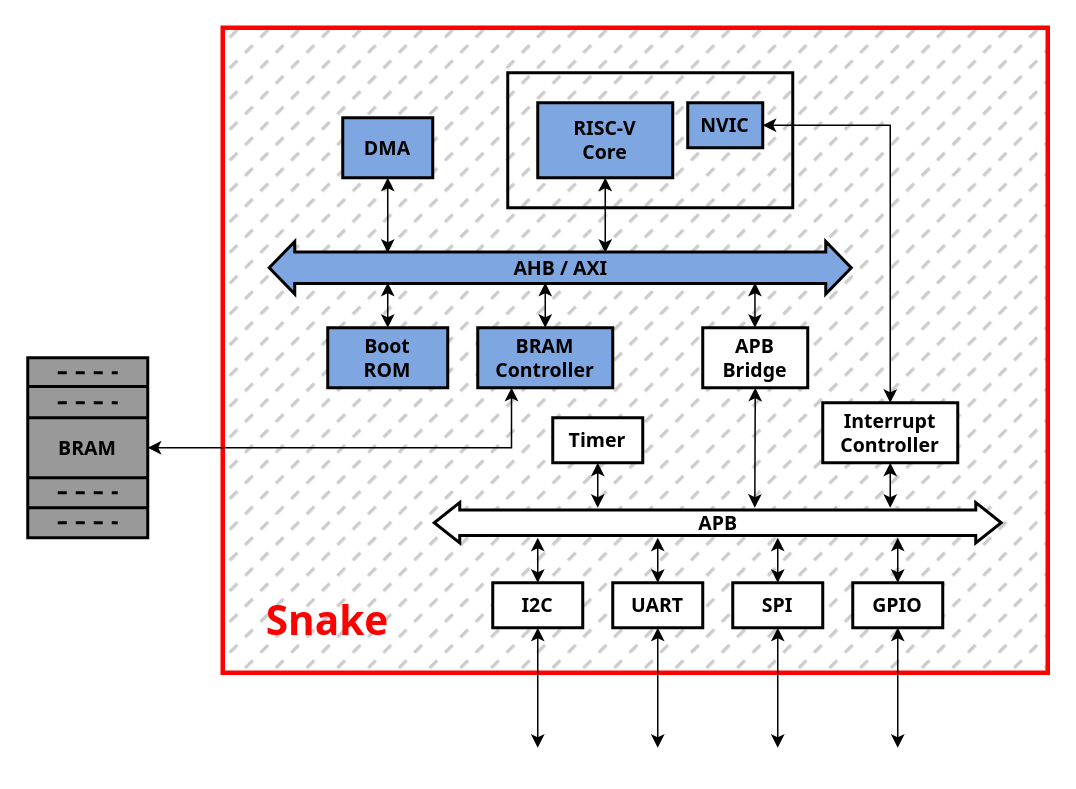
This is docs/block_diagram/top.drawio from longnguyenxl/spmcu, a draw.io file, before an edit. Source tidied: cells renumbered, new cells numbered last; positions are measured from the earlier drawing's top-left corner, leaving out a move shared by most shapes. Both pictures are drawn from the tidied source at 150%, with x=0, y=0 at pixel (27, 27).
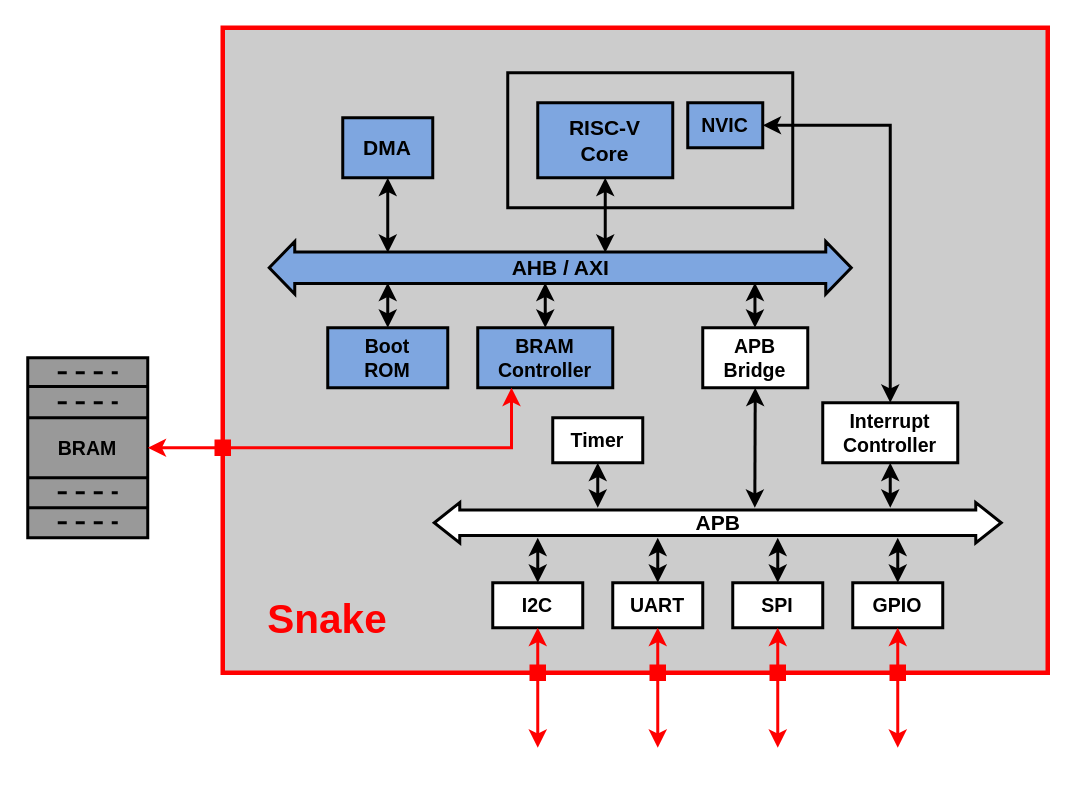
Above is the later version.

Change to the diagram source:
```diff
@@
-    <mxCell id="2" style="rounded=0;whiteSpace=wrap;html=1;fillColor=#CCCCCC;strokeWidth=3;strokeColor=#FF0000;fontFamily=Tahoma;fillStyle=dashed;shadow=0;" parent="1" vertex="1">
+    <mxCell id="2" style="rounded=0;whiteSpace=wrap;html=1;fillColor=#CCCCCC;strokeWidth=3;strokeColor=#FF0000;fontFamily=Helvetica;fillStyle=auto;shadow=0;" parent="1" vertex="1">
       <mxGeometry x="130" width="550" height="430" as="geometry" />
     </mxCell>
-    <mxCell id="3" value="BRAM" style="rounded=0;whiteSpace=wrap;html=1;strokeWidth=2;fontSize=13;fontStyle=1;fillColor=#999999;fontFamily=Tahoma;" parent="1" vertex="1">
+    <mxCell id="3" value="BRAM" style="rounded=0;whiteSpace=wrap;html=1;strokeWidth=2;fontSize=13;fontStyle=1;fillColor=#999999;fontFamily=Helvetica;" parent="1" vertex="1">
       <mxGeometry y="220" width="80" height="120" as="geometry" />
     </mxCell>
-    <mxCell id="4" style="rounded=0;whiteSpace=wrap;html=1;fillColor=none;strokeWidth=2;fontFamily=Tahoma;" parent="1" vertex="1">
+    <mxCell id="4" style="rounded=0;whiteSpace=wrap;html=1;fillColor=none;strokeWidth=2;fontFamily=Helvetica;" parent="1" vertex="1">
       <mxGeometry x="320" y="30" width="190" height="90" as="geometry" />
     </mxCell>
-    <mxCell id="5" value="AHB / AXI" style="shape=flexArrow;endArrow=classic;startArrow=classic;html=1;rounded=0;strokeWidth=2;width=20;startSize=5;fontStyle=1;fontSize=13;fillColor=#7EA6E0;fontColor=default;labelBackgroundColor=none;startWidth=12;endWidth=12;endSize=5;strokeColor=default;fontFamily=Tahoma;" parent="1" edge="1">
+    <mxCell id="5" value="AHB / AXI" style="shape=flexArrow;endArrow=classic;startArrow=classic;html=1;rounded=0;strokeWidth=2;width=20;startSize=5;fontStyle=1;fontSize=14;fillColor=#7EA6E0;fontColor=default;labelBackgroundColor=none;startWidth=12;endWidth=12;endSize=5;strokeColor=default;fontFamily=Helvetica;" parent="1" edge="1">
       <mxGeometry relative="1" as="geometry">
         <mxPoint x="160" y="160" as="sourcePoint" />
         <mxPoint x="550" y="160" as="targetPoint" />
       </mxGeometry>
     </mxCell>
-    <mxCell id="6" value="Boot&lt;div&gt;ROM&lt;/div&gt;" style="rounded=0;whiteSpace=wrap;html=1;strokeWidth=2;fontSize=13;fontStyle=1;fillColor=#7EA6E0;strokeColor=default;fontFamily=Tahoma;" parent="1" vertex="1">
+    <mxCell id="6" value="Boot&lt;div&gt;ROM&lt;/div&gt;" style="rounded=0;whiteSpace=wrap;html=1;strokeWidth=2;fontSize=13;fontStyle=1;fillColor=#7EA6E0;strokeColor=default;fontFamily=Helvetica;" parent="1" vertex="1">
       <mxGeometry x="200" y="200" width="80" height="40" as="geometry" />
     </mxCell>
-    <mxCell id="7" value="BRAM&lt;div&gt;Controller&lt;/div&gt;" style="rounded=0;whiteSpace=wrap;html=1;strokeWidth=2;fontSize=13;fontStyle=1;fillColor=#7EA6E0;strokeColor=default;fontFamily=Tahoma;" parent="1" vertex="1">
+    <mxCell id="7" value="BRAM&lt;div&gt;Controller&lt;/div&gt;" style="rounded=0;whiteSpace=wrap;html=1;strokeWidth=2;fontSize=13;fontStyle=1;fillColor=#7EA6E0;strokeColor=default;fontFamily=Helvetica;" parent="1" vertex="1">
       <mxGeometry x="300" y="200" width="90" height="40" as="geometry" />
     </mxCell>
-    <mxCell id="8" style="endArrow=classic;startArrow=classic;html=1;rounded=0;entryX=0.5;entryY=0;entryDx=0;entryDy=0;fontFamily=Tahoma;" parent="1" edge="1" target="6">
+    <mxCell id="8" style="endArrow=classic;startArrow=classic;html=1;rounded=0;entryX=0.5;entryY=0;entryDx=0;entryDy=0;fontFamily=Helvetica;strokeWidth=2;" parent="1" edge="1" target="6">
       <mxGeometry relative="1" as="geometry">
         <mxPoint x="240" y="170" as="sourcePoint" />
       </mxGeometry>
     </mxCell>
-    <mxCell id="9" style="endArrow=classic;startArrow=classic;html=1;rounded=0;entryX=0.5;entryY=0;entryDx=0;entryDy=0;fontFamily=Tahoma;" parent="1" edge="1" target="7">
+    <mxCell id="9" style="endArrow=classic;startArrow=classic;html=1;rounded=0;entryX=0.5;entryY=0;entryDx=0;entryDy=0;fontFamily=Helvetica;strokeWidth=2;" parent="1" edge="1" target="7">
       <mxGeometry relative="1" as="geometry">
         <mxPoint x="345" y="170" as="sourcePoint" />
       </mxGeometry>
     </mxCell>
-    <mxCell id="10" value="APB&lt;div&gt;Bridge&lt;/div&gt;" style="rounded=0;whiteSpace=wrap;html=1;strokeWidth=2;fontSize=13;fontStyle=1;fontFamily=Tahoma;" parent="1" vertex="1">
+    <mxCell id="10" value="APB&lt;div&gt;Bridge&lt;/div&gt;" style="rounded=0;whiteSpace=wrap;html=1;strokeWidth=2;fontSize=13;fontStyle=1;fontFamily=Helvetica;" parent="1" vertex="1">
       <mxGeometry x="450" y="200" width="70" height="40" as="geometry" />
     </mxCell>
-    <mxCell id="11" style="endArrow=classic;startArrow=classic;html=1;rounded=0;entryX=0.5;entryY=0;entryDx=0;entryDy=0;fontFamily=Tahoma;" parent="1" edge="1">
+    <mxCell id="11" style="endArrow=classic;startArrow=classic;html=1;rounded=0;entryX=0.5;entryY=0;entryDx=0;entryDy=0;fontFamily=Helvetica;strokeWidth=2;" parent="1" edge="1">
       <mxGeometry relative="1" as="geometry">
         <mxPoint x="484.8" y="170" as="sourcePoint" />
         <mxPoint x="484.8" y="200" as="targetPoint" />
       </mxGeometry>
     </mxCell>
-    <mxCell id="12" value="APB" style="shape=flexArrow;endArrow=classic;startArrow=classic;html=1;rounded=0;strokeWidth=2;width=16;startSize=5;fontStyle=1;fontSize=13;fontColor=default;labelBackgroundColor=none;endSize=5;endWidth=8;startWidth=8;fontFamily=Tahoma;fillColor=default;" parent="1" edge="1">
+    <mxCell id="12" value="APB" style="shape=flexArrow;endArrow=classic;startArrow=classic;html=1;rounded=0;strokeWidth=2;width=16;startSize=5;fontStyle=1;fontSize=14;fontColor=default;labelBackgroundColor=none;endSize=5;endWidth=8;startWidth=8;fontFamily=Helvetica;fillColor=default;" parent="1" edge="1">
       <mxGeometry relative="1" as="geometry">
         <mxPoint x="270" y="330" as="sourcePoint" />
         <mxPoint x="650" y="330" as="targetPoint" />
       </mxGeometry>
     </mxCell>
-    <mxCell id="13" value="GPIO" style="rounded=0;whiteSpace=wrap;html=1;strokeWidth=2;fontSize=13;fontStyle=1;fontFamily=Tahoma;" parent="1" vertex="1">
+    <mxCell id="13" value="GPIO" style="rounded=0;whiteSpace=wrap;html=1;strokeWidth=2;fontSize=13;fontStyle=1;fontFamily=Helvetica;" parent="1" vertex="1">
       <mxGeometry x="550" y="370" width="60" height="30" as="geometry" />
     </mxCell>
-    <mxCell id="14" value="RISC-V&lt;div&gt;Core&lt;/div&gt;" style="rounded=0;whiteSpace=wrap;html=1;strokeWidth=2;fontSize=13;fontStyle=1;fillColor=#7EA6E0;glass=0;strokeColor=default;fontFamily=Tahoma;" parent="1" vertex="1">
+    <mxCell id="14" value="RISC-V&lt;div&gt;Core&lt;/div&gt;" style="rounded=0;whiteSpace=wrap;html=1;strokeWidth=2;fontSize=14;fontStyle=1;fillColor=#7EA6E0;glass=0;strokeColor=default;fontFamily=Helvetica;" parent="1" vertex="1">
       <mxGeometry x="340" y="50" width="90" height="50" as="geometry" />
     </mxCell>
-    <mxCell id="15" value="DMA" style="rounded=0;whiteSpace=wrap;html=1;strokeWidth=2;fontSize=13;fontStyle=1;fillColor=#7EA6E0;strokeColor=default;fontFamily=Tahoma;" parent="1" vertex="1">
+    <mxCell id="15" value="DMA" style="rounded=0;whiteSpace=wrap;html=1;strokeWidth=2;fontSize=14;fontStyle=1;fillColor=#7EA6E0;strokeColor=default;fontFamily=Helvetica;" parent="1" vertex="1">
       <mxGeometry x="210" y="60" width="60" height="40" as="geometry" />
     </mxCell>
-    <mxCell id="16" value="NVIC" style="rounded=0;whiteSpace=wrap;html=1;strokeWidth=2;fontSize=13;fontStyle=1;fillColor=#7EA6E0;strokeColor=default;fontFamily=Tahoma;" parent="1" vertex="1">
+    <mxCell id="16" value="NVIC" style="rounded=0;whiteSpace=wrap;html=1;strokeWidth=2;fontSize=13;fontStyle=1;fillColor=#7EA6E0;strokeColor=default;fontFamily=Helvetica;" parent="1" vertex="1">
       <mxGeometry x="440" y="50" width="50" height="30" as="geometry" />
     </mxCell>
-    <mxCell id="17" style="endArrow=classic;startArrow=classic;html=1;rounded=0;entryX=0.5;entryY=1;entryDx=0;entryDy=0;fontFamily=Tahoma;" parent="1" edge="1" target="14">
+    <mxCell id="17" style="endArrow=classic;startArrow=classic;html=1;rounded=0;entryX=0.5;entryY=1;entryDx=0;entryDy=0;fontFamily=Helvetica;strokeWidth=2;" parent="1" edge="1" target="14">
       <mxGeometry relative="1" as="geometry">
         <mxPoint x="385" y="150" as="sourcePoint" />
       </mxGeometry>
     </mxCell>
-    <mxCell id="18" style="endArrow=classic;startArrow=classic;html=1;rounded=0;entryX=0.5;entryY=1;entryDx=0;entryDy=0;fontFamily=Tahoma;" parent="1" edge="1" target="15">
+    <mxCell id="18" style="endArrow=classic;startArrow=classic;html=1;rounded=0;entryX=0.5;entryY=1;entryDx=0;entryDy=0;fontFamily=Helvetica;strokeWidth=2;" parent="1" edge="1" target="15">
       <mxGeometry relative="1" as="geometry">
         <mxPoint x="240" y="150" as="sourcePoint" />
       </mxGeometry>
     </mxCell>
-    <mxCell id="19" value="UART" style="rounded=0;whiteSpace=wrap;html=1;strokeWidth=2;fontSize=13;fontStyle=1;fontFamily=Tahoma;" parent="1" vertex="1">
+    <mxCell id="19" value="UART" style="rounded=0;whiteSpace=wrap;html=1;strokeWidth=2;fontSize=13;fontStyle=1;fontFamily=Helvetica;" parent="1" vertex="1">
       <mxGeometry x="390" y="370" width="60" height="30" as="geometry" />
     </mxCell>
-    <mxCell id="20" value="SPI" style="rounded=0;whiteSpace=wrap;html=1;strokeWidth=2;fontSize=13;fontStyle=1;fontFamily=Tahoma;" parent="1" vertex="1">
+    <mxCell id="20" value="SPI" style="rounded=0;whiteSpace=wrap;html=1;strokeWidth=2;fontSize=13;fontStyle=1;fontFamily=Helvetica;" parent="1" vertex="1">
       <mxGeometry x="470" y="370" width="60" height="30" as="geometry" />
     </mxCell>
-    <mxCell id="21" style="endArrow=classic;startArrow=classic;html=1;rounded=0;entryX=0.5;entryY=0;entryDx=0;entryDy=0;fontFamily=Tahoma;" parent="1" edge="1" target="13">
+    <mxCell id="21" style="endArrow=classic;startArrow=classic;html=1;rounded=0;entryX=0.5;entryY=0;entryDx=0;entryDy=0;fontFamily=Helvetica;strokeWidth=2;" parent="1" edge="1" target="13">
       <mxGeometry relative="1" as="geometry">
         <mxPoint x="580" y="340" as="sourcePoint" />
       </mxGeometry>
     </mxCell>
-    <mxCell id="22" style="endArrow=classic;startArrow=classic;html=1;rounded=0;entryX=0.5;entryY=0;entryDx=0;entryDy=0;fontFamily=Tahoma;" parent="1" edge="1" target="19">
+    <mxCell id="22" style="endArrow=classic;startArrow=classic;html=1;rounded=0;entryX=0.5;entryY=0;entryDx=0;entryDy=0;fontFamily=Helvetica;strokeWidth=2;" parent="1" edge="1" target="19">
       <mxGeometry relative="1" as="geometry">
         <mxPoint x="420" y="340" as="sourcePoint" />
       </mxGeometry>
     </mxCell>
-    <mxCell id="23" style="endArrow=classic;startArrow=classic;html=1;rounded=0;entryX=0.5;entryY=0;entryDx=0;entryDy=0;fontFamily=Tahoma;" parent="1" edge="1" target="20">
+    <mxCell id="23" style="endArrow=classic;startArrow=classic;html=1;rounded=0;entryX=0.5;entryY=0;entryDx=0;entryDy=0;fontFamily=Helvetica;strokeWidth=2;" parent="1" edge="1" target="20">
       <mxGeometry relative="1" as="geometry">
         <mxPoint x="500" y="340" as="sourcePoint" />
       </mxGeometry>
     </mxCell>
-    <mxCell id="24" value="Timer" style="rounded=0;whiteSpace=wrap;html=1;strokeWidth=2;fontSize=13;fontStyle=1;fontFamily=Tahoma;" parent="1" vertex="1">
+    <mxCell id="24" value="Timer" style="rounded=0;whiteSpace=wrap;html=1;strokeWidth=2;fontSize=13;fontStyle=1;fontFamily=Helvetica;" parent="1" vertex="1">
       <mxGeometry x="350" y="260" width="60" height="30" as="geometry" />
     </mxCell>
-    <mxCell id="25" style="endArrow=classic;startArrow=classic;html=1;rounded=0;exitX=0.5;exitY=1;exitDx=0;exitDy=0;fontFamily=Tahoma;" parent="1" edge="1" source="24">
+    <mxCell id="25" style="endArrow=classic;startArrow=classic;html=1;rounded=0;exitX=0.5;exitY=1;exitDx=0;exitDy=0;fontFamily=Helvetica;strokeWidth=2;" parent="1" edge="1" source="24">
       <mxGeometry relative="1" as="geometry">
         <mxPoint x="380" y="320" as="targetPoint" />
       </mxGeometry>
     </mxCell>
-    <mxCell id="26" style="endArrow=classic;startArrow=classic;html=1;rounded=0;entryX=0.5;entryY=0;entryDx=0;entryDy=0;exitX=0.5;exitY=1;exitDx=0;exitDy=0;fontFamily=Tahoma;" parent="1" edge="1" source="10">
+    <mxCell id="26" style="endArrow=classic;startArrow=classic;html=1;rounded=0;entryX=0.5;entryY=0;entryDx=0;entryDy=0;exitX=0.5;exitY=1;exitDx=0;exitDy=0;fontFamily=Helvetica;strokeWidth=2;" parent="1" edge="1" source="10">
       <mxGeometry relative="1" as="geometry">
         <mxPoint x="484.7" y="320" as="targetPoint" />
       </mxGeometry>
     </mxCell>
-    <mxCell id="27" value="Interrupt&lt;div&gt;Controller&lt;/div&gt;" style="rounded=0;whiteSpace=wrap;html=1;strokeWidth=2;fontSize=13;fontStyle=1;fontFamily=Tahoma;" parent="1" vertex="1">
+    <mxCell id="27" value="Interrupt&lt;div&gt;Controller&lt;/div&gt;" style="rounded=0;whiteSpace=wrap;html=1;strokeWidth=2;fontSize=13;fontStyle=1;fontFamily=Helvetica;" parent="1" vertex="1">
       <mxGeometry x="530" y="250" width="90" height="40" as="geometry" />
     </mxCell>
-    <mxCell id="28" style="endArrow=classic;startArrow=classic;html=1;rounded=0;entryX=0.5;entryY=1;entryDx=0;entryDy=0;fontFamily=Tahoma;" parent="1" edge="1" target="27">
+    <mxCell id="28" style="endArrow=classic;startArrow=classic;html=1;rounded=0;entryX=0.5;entryY=1;entryDx=0;entryDy=0;fontFamily=Helvetica;strokeWidth=2;" parent="1" edge="1" target="27">
       <mxGeometry relative="1" as="geometry">
         <mxPoint x="575" y="320" as="sourcePoint" />
       </mxGeometry>
     </mxCell>
-    <mxCell id="29" style="endArrow=classic;startArrow=classic;html=1;rounded=0;exitX=0.5;exitY=0;exitDx=0;exitDy=0;entryX=1;entryY=0.5;entryDx=0;entryDy=0;fontFamily=Tahoma;" parent="1" edge="1" source="27" target="16">
+    <mxCell id="29" style="endArrow=classic;startArrow=classic;html=1;rounded=0;exitX=0.5;exitY=0;exitDx=0;exitDy=0;entryX=1;entryY=0.5;entryDx=0;entryDy=0;fontFamily=Helvetica;strokeWidth=2;" parent="1" edge="1" source="27" target="16">
       <mxGeometry relative="1" as="geometry">
         <Array as="points">
           <mxPoint x="575" y="65" />
         </Array>
       </mxGeometry>
     </mxCell>
-    <mxCell id="30" value="I2C" style="rounded=0;whiteSpace=wrap;html=1;strokeWidth=2;fontSize=13;fontStyle=1;fontFamily=Tahoma;" parent="1" vertex="1">
+    <mxCell id="30" value="I2C" style="rounded=0;whiteSpace=wrap;html=1;strokeWidth=2;fontSize=13;fontStyle=1;fontFamily=Helvetica;" parent="1" vertex="1">
       <mxGeometry x="310" y="370" width="60" height="30" as="geometry" />
     </mxCell>
-    <mxCell id="31" style="endArrow=classic;startArrow=classic;html=1;rounded=0;entryX=0.5;entryY=0;entryDx=0;entryDy=0;fontFamily=Tahoma;" parent="1" edge="1" target="30">
+    <mxCell id="31" style="endArrow=classic;startArrow=classic;html=1;rounded=0;entryX=0.5;entryY=0;entryDx=0;entryDy=0;fontFamily=Helvetica;strokeWidth=2;" parent="1" edge="1" target="30">
       <mxGeometry relative="1" as="geometry">
         <mxPoint x="340" y="340" as="sourcePoint" />
       </mxGeometry>
     </mxCell>
-    <mxCell id="32" value="Snake" style="text;html=1;whiteSpace=wrap;strokeColor=none;fillColor=none;align=center;verticalAlign=middle;rounded=0;fontStyle=1;fontSize=27;fontColor=#FF0000;fontFamily=Tahoma;" parent="1" vertex="1">
+    <mxCell id="32" value="Snake" style="text;html=1;whiteSpace=wrap;strokeColor=none;fillColor=none;align=center;verticalAlign=middle;rounded=0;fontStyle=1;fontSize=27;fontColor=#FF0000;fontFamily=Helvetica;" parent="1" vertex="1">
       <mxGeometry x="170" y="380" width="60" height="30" as="geometry" />
     </mxCell>
-    <mxCell id="33" style="endArrow=classic;startArrow=classic;html=1;entryX=0.25;entryY=1;entryDx=0;entryDy=0;rounded=0;curved=0;fontFamily=Tahoma;" parent="1" edge="1" source="3" target="7">
+    <mxCell id="33" style="endArrow=classic;startArrow=classic;html=1;entryX=0.25;entryY=1;entryDx=0;entryDy=0;rounded=0;curved=0;fontFamily=Helvetica;strokeWidth=2;strokeColor=#FF0000;" parent="1" edge="1" source="3" target="7">
       <mxGeometry relative="1" as="geometry">
         <Array as="points">
           <mxPoint x="322.5" y="280" />
         </Array>
       </mxGeometry>
     </mxCell>
-    <mxCell id="34" style="endArrow=none;html=1;strokeWidth=2;fontFamily=Tahoma;" parent="1" edge="1">
+    <mxCell id="34" style="endArrow=none;html=1;strokeWidth=2;fontFamily=Helvetica;" parent="1" edge="1">
       <mxGeometry relative="1" as="geometry">
         <mxPoint y="239.2" as="sourcePoint" />
         <mxPoint x="80" y="239.2" as="targetPoint" />
       </mxGeometry>
     </mxCell>
-    <mxCell id="35" style="endArrow=none;html=1;strokeWidth=2;fontFamily=Tahoma;" parent="1" edge="1">
+    <mxCell id="35" style="endArrow=none;html=1;strokeWidth=2;fontFamily=Helvetica;" parent="1" edge="1">
       <mxGeometry relative="1" as="geometry">
         <mxPoint y="260" as="sourcePoint" />
         <mxPoint x="80" y="260" as="targetPoint" />
       </mxGeometry>
     </mxCell>
-    <mxCell id="36" style="endArrow=none;html=1;strokeWidth=2;fontFamily=Tahoma;" parent="1" edge="1">
+    <mxCell id="36" style="endArrow=none;html=1;strokeWidth=2;fontFamily=Helvetica;" parent="1" edge="1">
       <mxGeometry relative="1" as="geometry">
         <mxPoint y="320" as="sourcePoint" />
         <mxPoint x="80" y="320" as="targetPoint" />
       </mxGeometry>
     </mxCell>
-    <mxCell id="37" style="endArrow=none;html=1;strokeWidth=2;fontFamily=Tahoma;" parent="1" edge="1">
+    <mxCell id="37" style="endArrow=none;html=1;strokeWidth=2;fontFamily=Helvetica;" parent="1" edge="1">
       <mxGeometry relative="1" as="geometry">
         <mxPoint y="300" as="sourcePoint" />
         <mxPoint x="80" y="300" as="targetPoint" />
       </mxGeometry>
     </mxCell>
-    <mxCell id="38" style="endArrow=none;dashed=1;html=1;strokeWidth=2;fontFamily=Tahoma;" parent="1" edge="1">
+    <mxCell id="38" style="endArrow=none;dashed=1;html=1;strokeWidth=2;fontFamily=Helvetica;" parent="1" edge="1">
       <mxGeometry relative="1" as="geometry">
         <mxPoint x="20" y="230" as="sourcePoint" />
         <mxPoint x="60" y="230" as="targetPoint" />
       </mxGeometry>
     </mxCell>
-    <mxCell id="39" style="endArrow=none;dashed=1;html=1;strokeWidth=2;fontFamily=Tahoma;" parent="1" edge="1">
+    <mxCell id="39" style="endArrow=none;dashed=1;html=1;strokeWidth=2;fontFamily=Helvetica;" parent="1" edge="1">
       <mxGeometry relative="1" as="geometry">
         <mxPoint x="20" y="250" as="sourcePoint" />
         <mxPoint x="60" y="250" as="targetPoint" />
       </mxGeometry>
     </mxCell>
-    <mxCell id="40" style="endArrow=none;dashed=1;html=1;strokeWidth=2;fontFamily=Tahoma;" parent="1" edge="1">
+    <mxCell id="40" style="endArrow=none;dashed=1;html=1;strokeWidth=2;fontFamily=Helvetica;" parent="1" edge="1">
       <mxGeometry relative="1" as="geometry">
         <mxPoint x="20" y="310" as="sourcePoint" />
         <mxPoint x="60" y="310" as="targetPoint" />
       </mxGeometry>
     </mxCell>
-    <mxCell id="41" style="endArrow=none;dashed=1;html=1;strokeWidth=2;fontFamily=Tahoma;" parent="1" edge="1">
+    <mxCell id="41" style="endArrow=none;dashed=1;html=1;strokeWidth=2;fontFamily=Helvetica;" parent="1" edge="1">
       <mxGeometry relative="1" as="geometry">
         <mxPoint x="20" y="330" as="sourcePoint" />
         <mxPoint x="60" y="330" as="targetPoint" />
       </mxGeometry>
     </mxCell>
-    <mxCell id="42" style="endArrow=classic;startArrow=classic;html=1;rounded=0;fontFamily=Tahoma;" parent="1" edge="1">
+    <mxCell id="42" style="endArrow=classic;startArrow=classic;html=1;rounded=0;fontFamily=Helvetica;strokeWidth=2;strokeColor=#FF0000;" parent="1" edge="1">
       <mxGeometry relative="1" as="geometry">
         <mxPoint x="580" y="400" as="sourcePoint" />
         <mxPoint x="580" y="480" as="targetPoint" />
       </mxGeometry>
     </mxCell>
-    <mxCell id="43" style="endArrow=classic;startArrow=classic;html=1;rounded=0;fontFamily=Tahoma;" parent="1" edge="1">
+    <mxCell id="43" style="endArrow=classic;startArrow=classic;html=1;rounded=0;fontFamily=Helvetica;strokeWidth=2;strokeColor=#FF0000;" parent="1" edge="1">
       <mxGeometry relative="1" as="geometry">
         <mxPoint x="420" y="400" as="sourcePoint" />
         <mxPoint x="420" y="480" as="targetPoint" />
       </mxGeometry>
     </mxCell>
-    <mxCell id="44" style="endArrow=classic;startArrow=classic;html=1;rounded=0;fontFamily=Tahoma;" parent="1" edge="1">
+    <mxCell id="44" style="endArrow=classic;startArrow=classic;html=1;rounded=0;fontFamily=Helvetica;strokeWidth=2;strokeColor=#FF0000;" parent="1" edge="1">
       <mxGeometry relative="1" as="geometry">
         <mxPoint x="500" y="400" as="sourcePoint" />
         <mxPoint x="500" y="480" as="targetPoint" />
       </mxGeometry>
     </mxCell>
-    <mxCell id="45" style="endArrow=classic;startArrow=classic;html=1;rounded=0;fontFamily=Tahoma;" parent="1" edge="1">
+    <mxCell id="45" style="endArrow=classic;startArrow=classic;html=1;rounded=0;fontFamily=Helvetica;strokeWidth=2;strokeColor=#FF0000;" parent="1" edge="1">
       <mxGeometry relative="1" as="geometry">
         <mxPoint x="340" y="400" as="sourcePoint" />
         <mxPoint x="340" y="480" as="targetPoint" />
       </mxGeometry>
     </mxCell>
+    <mxCell id="46" style="rounded=0;whiteSpace=wrap;html=1;fillColor=#FF0000;strokeColor=#FF0000;fontFamily=Helvetica;" parent="1" vertex="1">
+      <mxGeometry x="335" y="425" width="10" height="10" as="geometry" />
+    </mxCell>
+    <mxCell id="47" style="rounded=0;whiteSpace=wrap;html=1;fillColor=#FF0000;strokeColor=#FF0000;fontFamily=Helvetica;" parent="1" vertex="1">
+      <mxGeometry x="415" y="425" width="10" height="10" as="geometry" />
+    </mxCell>
+    <mxCell id="48" style="rounded=0;whiteSpace=wrap;html=1;fillColor=#FF0000;strokeColor=#FF0000;fontFamily=Helvetica;" parent="1" vertex="1">
+      <mxGeometry x="495" y="425" width="10" height="10" as="geometry" />
+    </mxCell>
+    <mxCell id="49" style="rounded=0;whiteSpace=wrap;html=1;fillColor=#FF0000;strokeColor=#FF0000;fontFamily=Helvetica;" parent="1" vertex="1">
+      <mxGeometry x="575" y="425" width="10" height="10" as="geometry" />
+    </mxCell>
+    <mxCell id="50" style="rounded=0;whiteSpace=wrap;html=1;fillColor=#FF0000;strokeColor=#FF0000;fontFamily=Helvetica;" parent="1" vertex="1">
+      <mxGeometry x="125" y="275" width="10" height="10" as="geometry" />
+    </mxCell>
```
